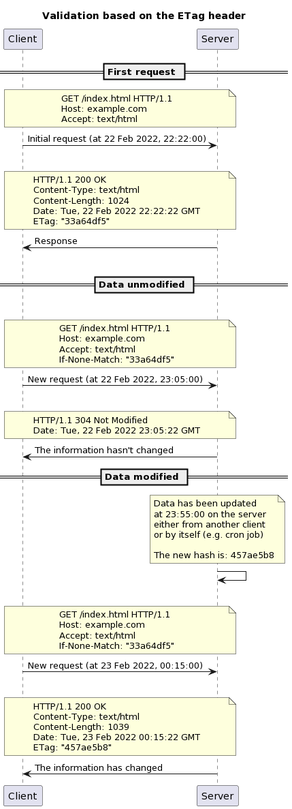
heig-vd-dai-course/heig-vd-dai-course keeps this PlantUML diagram as 23-caching-and-performance/images/validation-model-based-on-the-etag-header.png. Above is the earlier version.
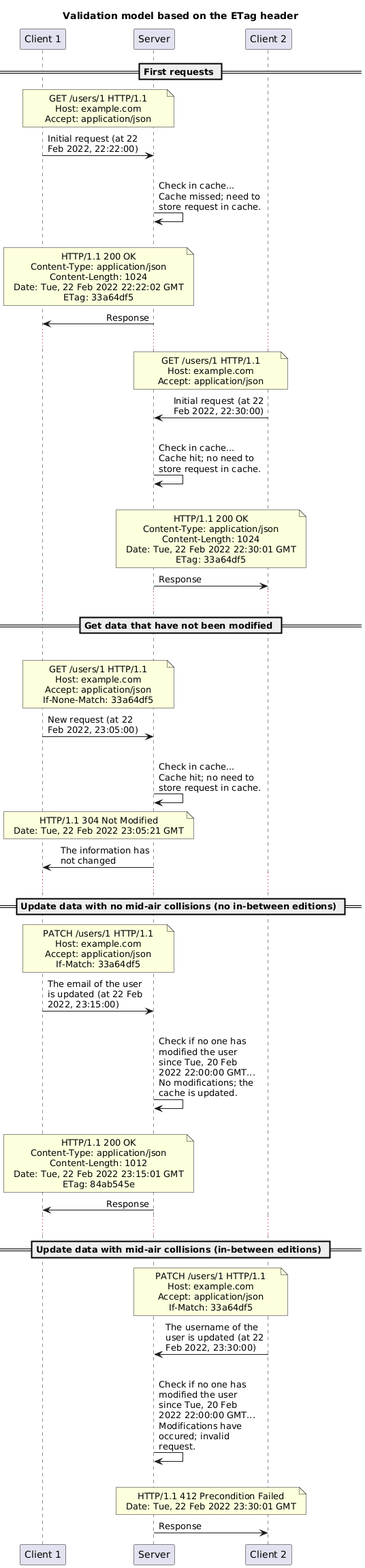
Above is the later version.

Change to the diagram source:
```diff
@@ -1,82 +1,136 @@
 @startuml
-title "Validation based on the ETag header"
+skinparam boxPadding 100
+skinparam maxMessageSize 150
+skinparam noteTextAlignment center
+skinparam sequenceMessageAlign direction
+skinparam wrapWidth 250
 
-participant Client
-participant Server
+title "Validation model based on the ETag header"
 
-== First request ==
+participant "Client 1" as client1
+participant "Server" as server
+participant "Client 2" as client2
 
-note over Client, Server
-GET /index.html HTTP/1.1
+== First requests ==
+
+note over client1, server
+GET /users/1 HTTP/1.1
 Host: example.com
-Accept: text/html
+Accept: application/json
 end note
-Client -> Server: Initial request (at 22 Feb 2022, 22:22:00)
+client1 -> server: Initial request (at 22 Feb 2022, 22:22:00)
 
 |||
 
-note over Client, Server
-HTTP/1.1 200 OK
-Content-Type: text/html
-Content-Length: 1024
-Date: Tue, 22 Feb 2022 22:22:22 GMT
-ETag: "33a64df5"
-end note
-Server -> Client: Response
+server -> server: Check in cache...\nCache missed; need to store request in cache.
 
 |||
 
-== Data unmodified ==
+note over client1, server
+HTTP/1.1 200 OK
+Content-Type: application/json
+Content-Length: 1024
+Date: Tue, 22 Feb 2022 22:22:02 GMT
+ETag: 33a64df5
+end note
+server -> client1: Response
+
+...
+
+note over server, client2
+GET /users/1 HTTP/1.1
+Host: example.com
+Accept: application/json
+end note
+server <- client2: Initial request (at 22 Feb 2022, 22:30:00)
 
 |||
 
-note over Client, Server
-GET /index.html HTTP/1.1
-Host: example.com
-Accept: text/html
-If-None-Match: "33a64df5"
-end note
-Client -> Server: New request (at 22 Feb 2022, 23:05:00)
+server -> server: Check in cache...\nCache hit; no need to store request in cache.
 
 |||
 
-note over Client, Server
-HTTP/1.1 304 Not Modified
-Date: Tue, 22 Feb 2022 23:05:22 GMT
+note over server, client2
+HTTP/1.1 200 OK
+Content-Type: application/json
+Content-Length: 1024
+Date: Tue, 22 Feb 2022 22:30:01 GMT
+ETag: 33a64df5
 end note
-Server -> Client: The information hasn't changed
+server -> client2: Response
 
-== Data modified ==
+...
 
-note over Server
-Data has been updated
-at 23:55:00 on the server
-either from another client
-or by itself (e.g. cron job)
-
-The new hash is: 457ae5b8
-end note
-
-Server -> Server
+== Get data that have not been modified ==
 
 |||
 
-note over Client, Server
-GET /index.html HTTP/1.1
+note over client1, server
+GET /users/1 HTTP/1.1
 Host: example.com
-Accept: text/html
-If-None-Match: "33a64df5"
+Accept: application/json
+If-None-Match: 33a64df5
 end note
-Client -> Server: New request (at 23 Feb 2022, 00:15:00)
+client1 -> server: New request (at 22 Feb 2022, 23:05:00)
 
 |||
 
-note over Client, Server
+server -> server: Check in cache...\nCache hit; no need to store request in cache.
+
+note over client1, server
+HTTP/1.1 304 Not Modified
+Date: Tue, 22 Feb 2022 23:05:21 GMT
+end note
+server -> client1: The information has not changed
+
+...
+
+== Update data with no mid-air collisions (no in-between editions) ==
+
+note over client1, server
+PATCH /users/1 HTTP/1.1
+Host: example.com
+Accept: application/json
+If-Match: 33a64df5
+end note
+client1 -> server: The email of the user is updated (at 22 Feb 2022, 23:15:00)
+
+|||
+
+server -> server: Check if no one has modified the user since Tue, 20 Feb 2022 22:00:00 GMT...\nNo modifications; the cache is updated.
+
+|||
+
+note over client1, server
 HTTP/1.1 200 OK
-Content-Type: text/html
-Content-Length: 1039
-Date: Tue, 23 Feb 2022 00:15:22 GMT
-ETag: "457ae5b8"
+Content-Type: application/json
+Content-Length: 1012
+Date: Tue, 22 Feb 2022 23:15:01 GMT
+ETag: 84ab545e
 end note
-Server -> Client: The information has changed
+server -> client1: Response
+
+...
+
+== Update data with mid-air collisions (in-between editions) ==
+
+note over server, client2
+PATCH /users/1 HTTP/1.1
+Host: example.com
+Accept: application/json
+If-Match: 33a64df5
+end note
+client2 -> server: The username of the user is updated (at 22 Feb 2022, 23:30:00)
+
+|||
+
+server -> server: Check if no one has modified the user since Tue, 20 Feb 2022 22:00:00 GMT...\nModifications have occured; invalid request.
+
+|||
+
+note over server, client2
+HTTP/1.1 412 Precondition Failed
+Date: Tue, 22 Feb 2022 23:30:01 GMT
+end note
+server -> client2: Response
 @enduml
```
